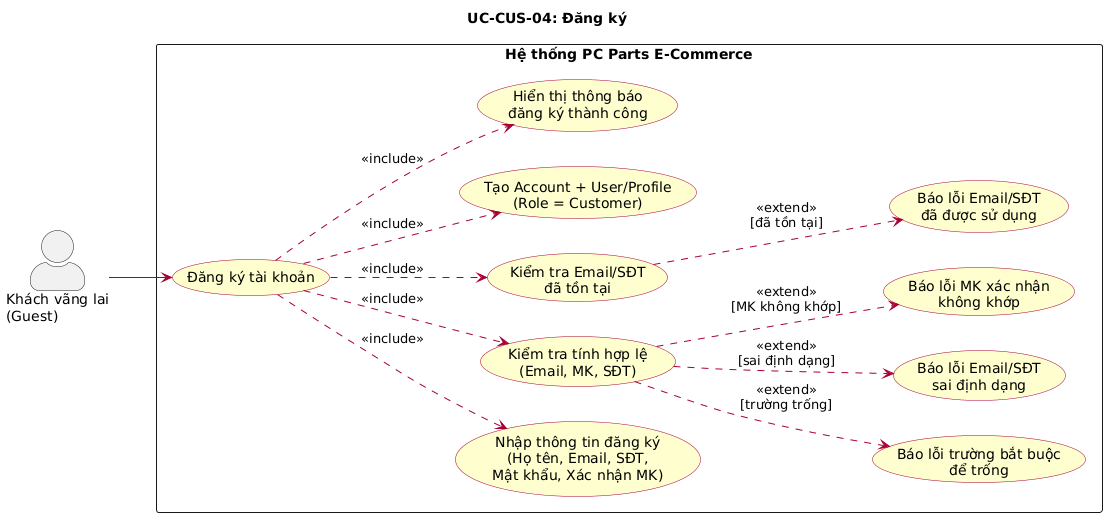
Above: docs/diagrams/images/uc_CUS04_dang_ky.png in huuhieu56/PC-Parts-ECommerce (PlantUML), before the change. Its diagram source:
```plantuml
@startuml
left to right direction
skinparam actorStyle awesome
skinparam packageStyle rectangle
skinparam usecase {
  BackgroundColor #FEFECE
  BorderColor #A80036
  ArrowColor #A80036
}

title UC-CUS-04: Đăng ký

actor "Khách vãng lai\n(Guest)" as Guest

rectangle "Hệ thống PC Parts E-Commerce" {
  usecase "Đăng ký tài khoản" as UC_REGISTER

  usecase "Nhập thông tin đăng ký\n(Họ tên, Email, SĐT,\nMật khẩu, Xác nhận MK)" as UC_INPUT
  usecase "Kiểm tra tính hợp lệ\n(Email, MK, SĐT)" as UC_VALIDATE
  usecase "Kiểm tra Email/SĐT\nđã tồn tại" as UC_CHECK_EXIST
  usecase "Tạo Account + User/Profile\n(Role = Customer)" as UC_CREATE
  usecase "Hiển thị thông báo\nđăng ký thành công" as UC_SUCCESS

  usecase "Báo lỗi trường bắt buộc\nđể trống" as UC_ERR_EMPTY
  usecase "Báo lỗi Email/SĐT\nsai định dạng" as UC_ERR_FORMAT
  usecase "Báo lỗi MK xác nhận\nkhông khớp" as UC_ERR_MATCH
  usecase "Báo lỗi Email/SĐT\nđã được sử dụng" as UC_ERR_EXIST
}

Guest --> UC_REGISTER

UC_REGISTER ..> UC_INPUT : <<include>>
UC_REGISTER ..> UC_VALIDATE : <<include>>
UC_REGISTER ..> UC_CHECK_EXIST : <<include>>
UC_REGISTER ..> UC_CREATE : <<include>>
UC_REGISTER ..> UC_SUCCESS : <<include>>

UC_VALIDATE ..> UC_ERR_EMPTY : <<extend>>\n[trường trống]
UC_VALIDATE ..> UC_ERR_FORMAT : <<extend>>\n[sai định dạng]
UC_VALIDATE ..> UC_ERR_MATCH : <<extend>>\n[MK không khớp]
UC_CHECK_EXIST ..> UC_ERR_EXIST : <<extend>>\n[đã tồn tại]
@enduml
```
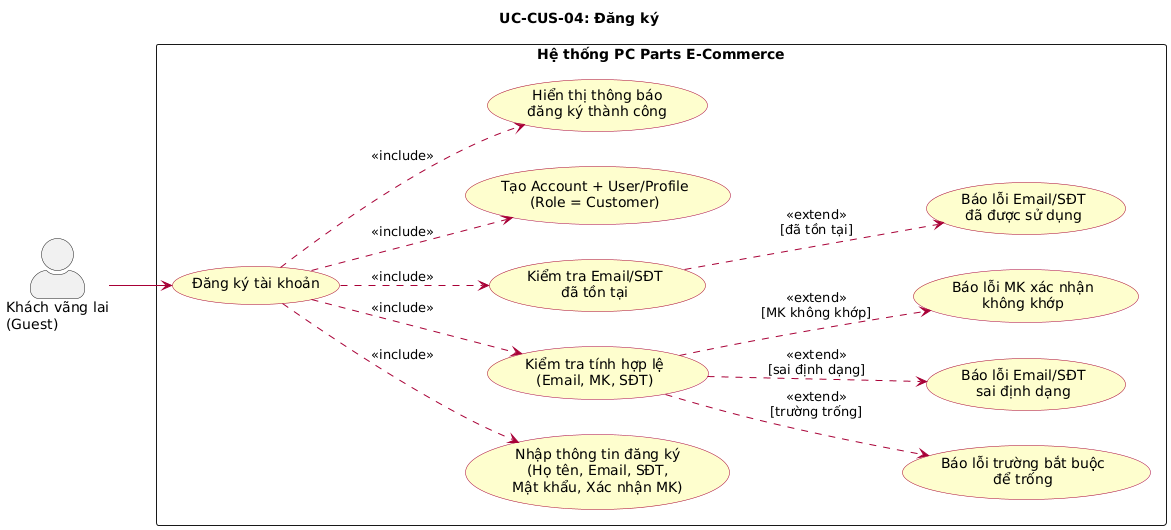
After the change.

The edit, as a diff of the source:
```diff
@@ -1,4 +1,4 @@
-@startuml
+@startuml uc_CUS04_dang_ky
 left to right direction
 skinparam actorStyle awesome
 skinparam packageStyle rectangle
@@ -39,4 +39,5 @@
 UC_VALIDATE ..> UC_ERR_FORMAT : <<extend>>\n[sai định dạng]
 UC_VALIDATE ..> UC_ERR_MATCH : <<extend>>\n[MK không khớp]
 UC_CHECK_EXIST ..> UC_ERR_EXIST : <<extend>>\n[đã tồn tại]
+
 @enduml
```
